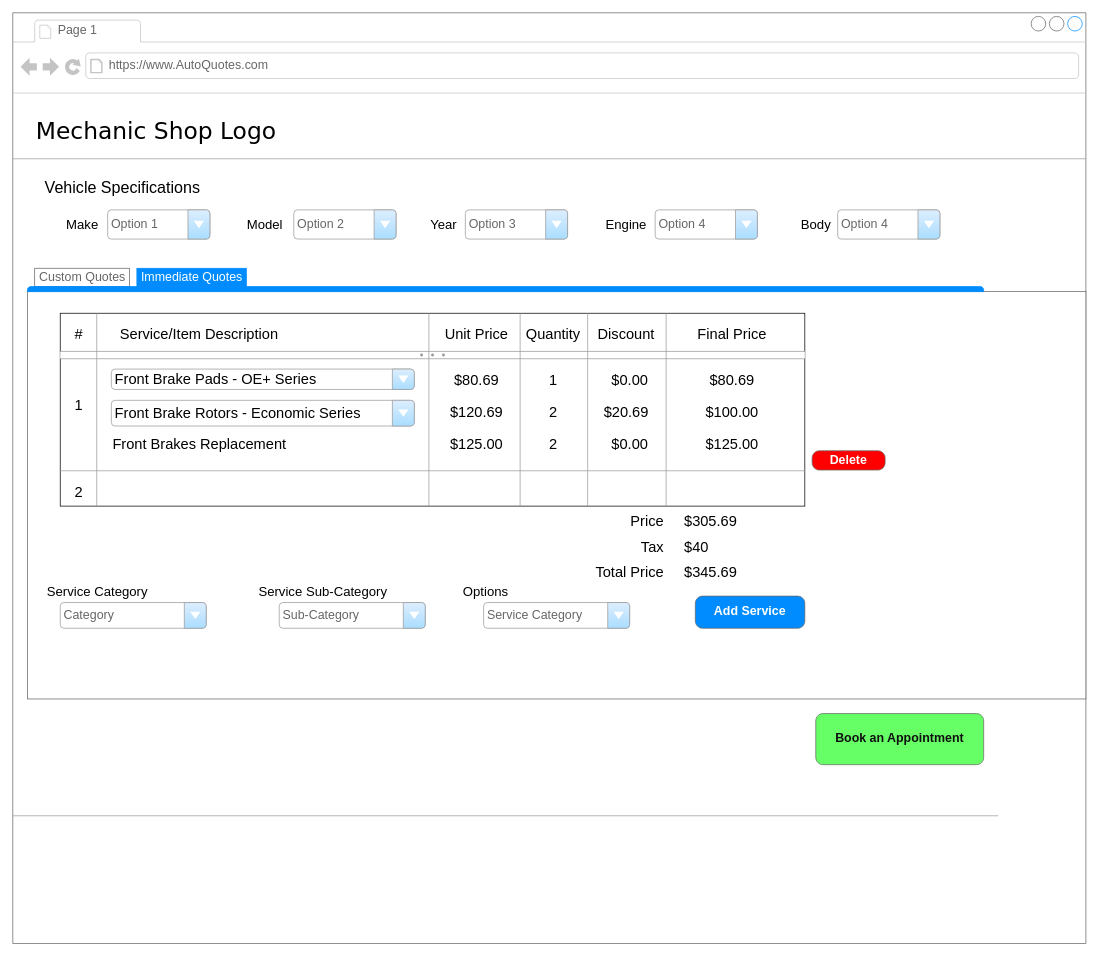
This is Wireframe_Mockups/End-UserUI/EndUserMainQuotingPage.drawio from Awrmani/AutoQuotes, a draw.io file, before an edit. Source tidied: cells renumbered, new cells numbered last; positions are measured from the earlier drawing's top-left corner, leaving out a move shared by most shapes. Both pictures are drawn from the tidied source at 73%, with x=0, y=0 at pixel (12, 12). Pictures stored in the file or linked from it are replaced by grey dashed boxes.
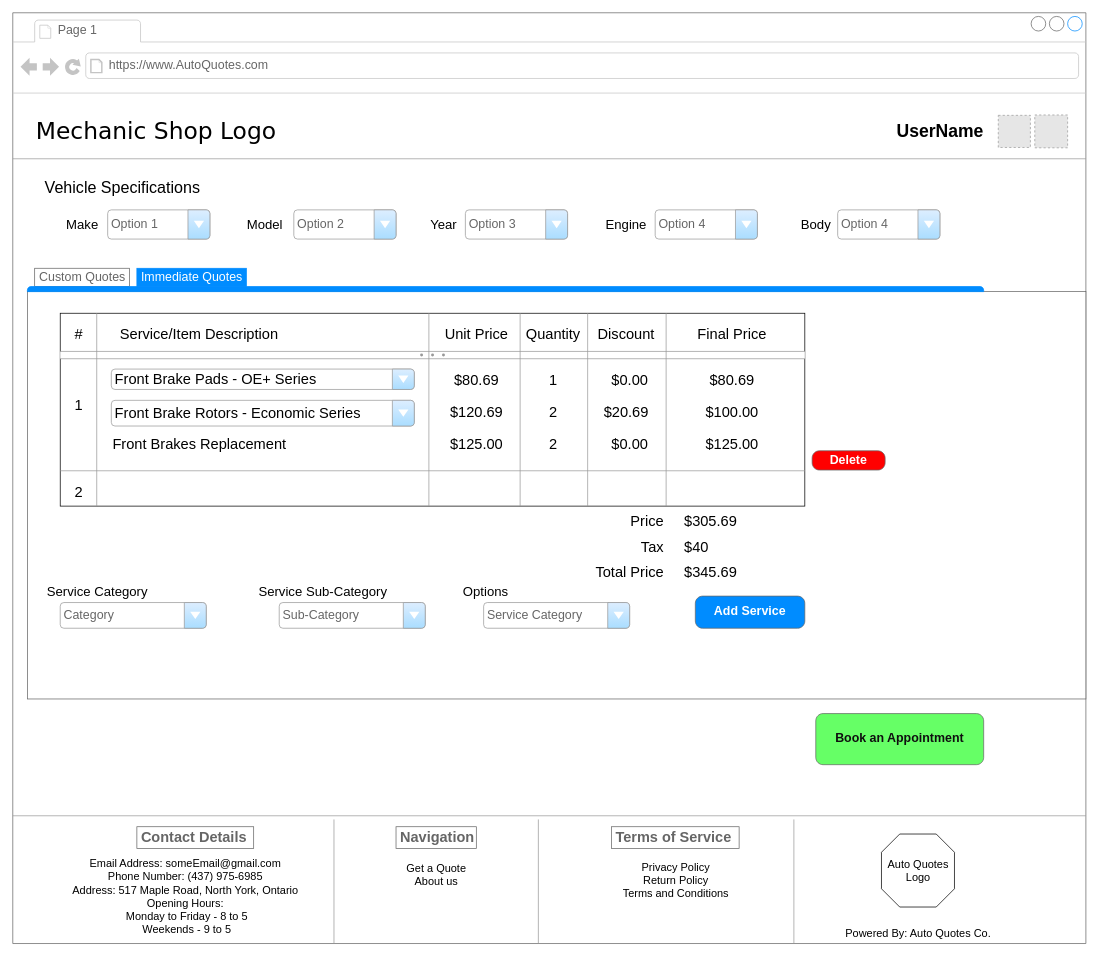
The same diagram, later.

Unchanged cells that the change refers to:
```xml
<mxCell id="2" style="strokeWidth=1;shadow=0;dashed=0;align=left;html=1;shape=mxgraph.mockup.containers.browserWindow;rSize=0;strokeColor=#666666;mainText=,;rounded=0;labelBackgroundColor=none;fontFamily=Verdana;fontSize=12;" parent="1" vertex="1">
  <mxGeometry width="1470" height="1275" as="geometry" />
</mxCell>
```

Diff of the diagram source:
```diff
@@
     <mxCell id="7" style="verticalLabelPosition=bottom;shadow=0;dashed=0;align=center;html=1;verticalAlign=top;strokeWidth=1;shape=mxgraph.mockup.markup.line;strokeColor=#999999;rounded=0;labelBackgroundColor=none;fillColor=#ffffff;fontFamily=Verdana;fontSize=12;fontColor=#000000;" parent="2" vertex="1">
-      <mxGeometry y="1090" width="1350" height="20" as="geometry" />
+      <mxGeometry y="1090" width="1470" height="20" as="geometry" />
     </mxCell>
@@
+    <mxCell id="69" value="&lt;h3&gt;Contact Details&lt;/h3&gt;" style="strokeWidth=1;shadow=0;dashed=0;align=center;html=1;shape=mxgraph.mockup.text.textBox;fontColor=#666666;align=left;fontSize=17;spacingLeft=4;spacingTop=-3;strokeColor=#666666;mainText=;" parent="2" vertex="1">
+      <mxGeometry x="170" y="1115" width="160" height="30" as="geometry" />
+    </mxCell>
+    <mxCell id="70" value="&lt;div style=&quot;text-align: center;&quot;&gt;&lt;span style=&quot;font-size: 15px; background-color: initial;&quot;&gt;Email Address: someEmail@gmail.com&lt;/span&gt;&lt;/div&gt;&lt;font style=&quot;font-size: 15px;&quot;&gt;&lt;div style=&quot;text-align: center;&quot;&gt;&lt;span style=&quot;background-color: initial;&quot;&gt;Phone Number: (437) 975-6985&lt;/span&gt;&lt;/div&gt;&lt;div style=&quot;text-align: center;&quot;&gt;&lt;span style=&quot;background-color: initial;&quot;&gt;Address: 517 Maple Road, North York, Ontario&lt;/span&gt;&lt;/div&gt;&lt;div style=&quot;text-align: center;&quot;&gt;&lt;span style=&quot;background-color: initial;&quot;&gt;Opening Hours:&lt;/span&gt;&lt;/div&gt;&lt;span style=&quot;white-space: pre;&quot;&gt;&lt;div style=&quot;text-align: center;&quot;&gt;&lt;span style=&quot;background-color: initial;&quot;&gt; &lt;/span&gt;&lt;span style=&quot;background-color: initial; white-space: normal;&quot;&gt;Monday to Friday - 8 to 5&lt;/span&gt;&lt;/div&gt;&lt;/span&gt;&lt;span style=&quot;white-space: pre;&quot;&gt;&lt;div style=&quot;text-align: center;&quot;&gt;&lt;span style=&quot;background-color: initial;&quot;&gt; &lt;/span&gt;&lt;span style=&quot;background-color: initial; white-space: normal;&quot;&gt;Weekends - 9 to 5&lt;/span&gt;&lt;/div&gt;&lt;/span&gt;&lt;/font&gt;" style="text;spacingTop=-5;whiteSpace=wrap;html=1;align=left;fontSize=12;fontFamily=Helvetica;fillColor=none;strokeColor=none;" parent="2" vertex="1">
+      <mxGeometry x="80" y="1155" width="360" height="100" as="geometry" />
+    </mxCell>
+    <mxCell id="71" style="verticalLabelPosition=bottom;shadow=0;dashed=0;align=center;html=1;verticalAlign=top;strokeWidth=1;shape=mxgraph.mockup.markup.line;strokeColor=#999999;direction=north;fontSize=32;" parent="2" vertex="1">
+      <mxGeometry x="430" y="1105" width="20" height="170" as="geometry" />
+    </mxCell>
+    <mxCell id="72" value="Powered By: Auto Quotes Co." style="text;html=1;align=center;verticalAlign=middle;strokeColor=none;fillColor=none;fontSize=15;" parent="2" vertex="1">
+      <mxGeometry x="1130" y="1245" width="220" height="30" as="geometry" />
+    </mxCell>
+    <mxCell id="73" value="&lt;h3&gt;Terms of Service&lt;/h3&gt;" style="strokeWidth=1;shadow=0;dashed=0;align=center;html=1;shape=mxgraph.mockup.text.textBox;fontColor=#666666;align=left;fontSize=17;spacingLeft=4;spacingTop=-3;strokeColor=#666666;mainText=;" parent="2" vertex="1">
+      <mxGeometry x="820" y="1115" width="175" height="30" as="geometry" />
+    </mxCell>
+    <mxCell id="74" value="Privacy Policy&lt;br&gt;Return Policy&lt;br&gt;Terms and Conditions" style="text;html=1;align=center;verticalAlign=top;strokeColor=none;fillColor=none;fontSize=15;" parent="2" vertex="1">
+      <mxGeometry x="822.5" y="1155" width="170" height="70" as="geometry" />
+    </mxCell>
+    <mxCell id="75" style="verticalLabelPosition=bottom;verticalAlign=top;html=1;shape=mxgraph.basic.polygon;polyCoords=[[0.25,0],[0.75,0],[1,0.25],[1,0.75],[0.75,1],[0.25,1],[0,0.75],[0,0.25]];polyline=0;fontSize=15;" parent="2" vertex="1">
+      <mxGeometry x="1190" y="1125" width="100" height="100" as="geometry" />
+    </mxCell>
+    <mxCell id="76" value="Auto Quotes&lt;br&gt;Logo" style="text;html=1;align=center;verticalAlign=middle;strokeColor=none;fillColor=none;fontSize=15;" parent="2" vertex="1">
+      <mxGeometry x="1185" y="1150" width="110" height="50" as="geometry" />
+    </mxCell>
+    <mxCell id="77" style="verticalLabelPosition=bottom;shadow=0;dashed=0;align=center;html=1;verticalAlign=top;strokeWidth=1;shape=mxgraph.mockup.markup.line;strokeColor=#999999;direction=north;fontSize=15;" parent="2" vertex="1">
+      <mxGeometry x="710" y="1105" width="20" height="170" as="geometry" />
+    </mxCell>
+    <mxCell id="78" value="&lt;h3&gt;Navigation&lt;/h3&gt;" style="strokeWidth=1;shadow=0;dashed=0;align=center;html=1;shape=mxgraph.mockup.text.textBox;fontColor=#666666;align=left;fontSize=17;spacingLeft=4;spacingTop=-3;strokeColor=#666666;mainText=;" parent="2" vertex="1">
+      <mxGeometry x="525" y="1115" width="110" height="30" as="geometry" />
+    </mxCell>
+    <mxCell id="79" style="verticalLabelPosition=bottom;shadow=0;dashed=0;align=center;html=1;verticalAlign=top;strokeWidth=1;shape=mxgraph.mockup.markup.line;strokeColor=#999999;direction=north;fontSize=15;" parent="2" vertex="1">
+      <mxGeometry x="1060" y="1105" width="20" height="170" as="geometry" />
+    </mxCell>
+    <mxCell id="80" value="Get a Quote&lt;br&gt;About us" style="text;html=1;align=center;verticalAlign=middle;strokeColor=none;fillColor=none;fontSize=15;" parent="2" vertex="1">
+      <mxGeometry x="525" y="1155" width="110" height="50" as="geometry" />
+    </mxCell>
+    <mxCell id="81" style="fillColor=#E6E6E6;strokeColor=#999999;dashed=1;html=1;verticalAlign=top;verticalLabelPosition=bottom;labelBackgroundColor=#ffffff;" parent="2" vertex="1">
+      <mxGeometry x="1350" y="140.5" width="44" height="44" as="geometry" />
+    </mxCell>
+    <mxCell id="82" style="fillColor=#E6E6E6;strokeColor=#999999;dashed=1;html=1;verticalAlign=top;verticalLabelPosition=bottom;labelBackgroundColor=#ffffff;" parent="2" vertex="1">
+      <mxGeometry x="1400" y="140" width="45" height="45" as="geometry" />
+    </mxCell>
+    <mxCell id="83" value="UserName" style="text;strokeColor=none;fillColor=none;html=1;fontSize=24;fontStyle=1;verticalAlign=middle;align=center;" parent="2" vertex="1">
+      <mxGeometry x="1210" y="142.5" width="120" height="40" as="geometry" />
+    </mxCell>
```
